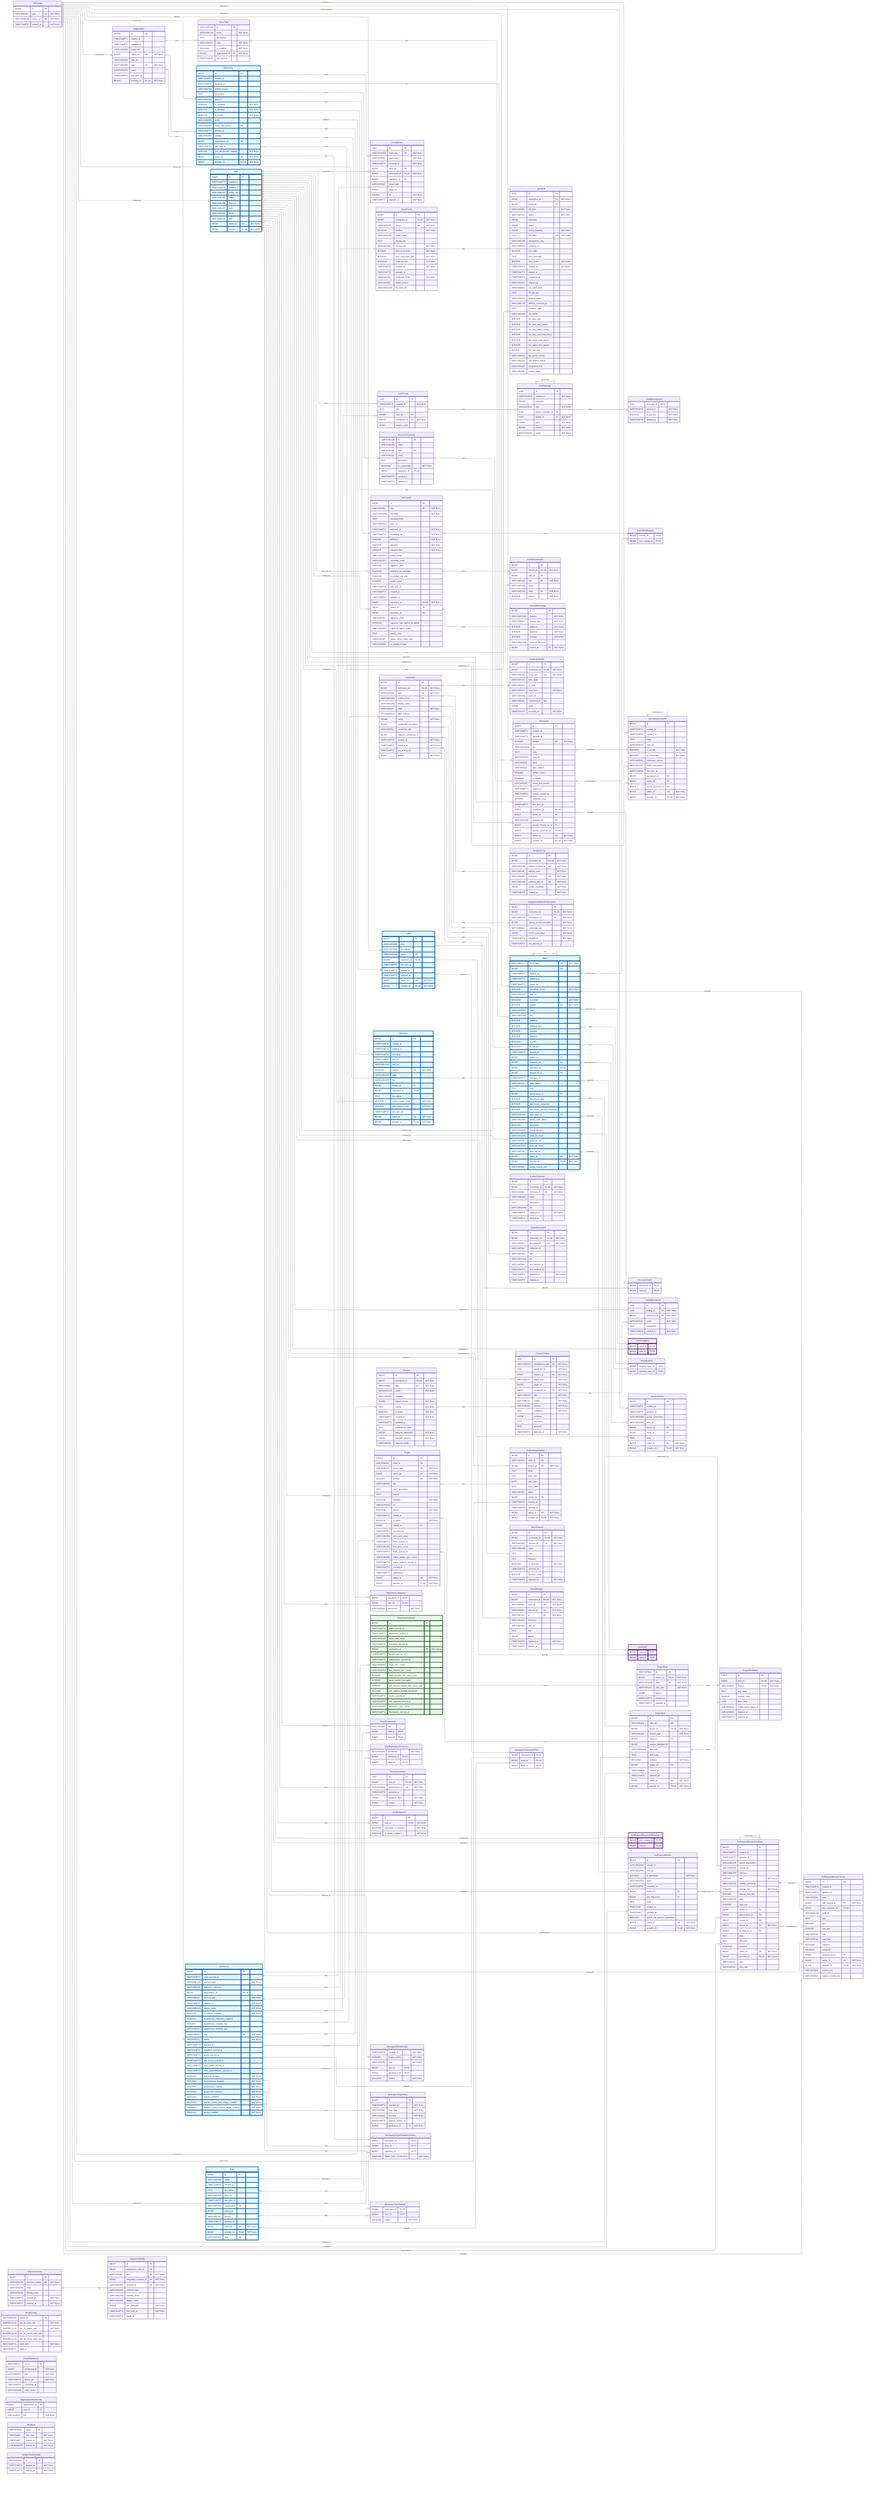
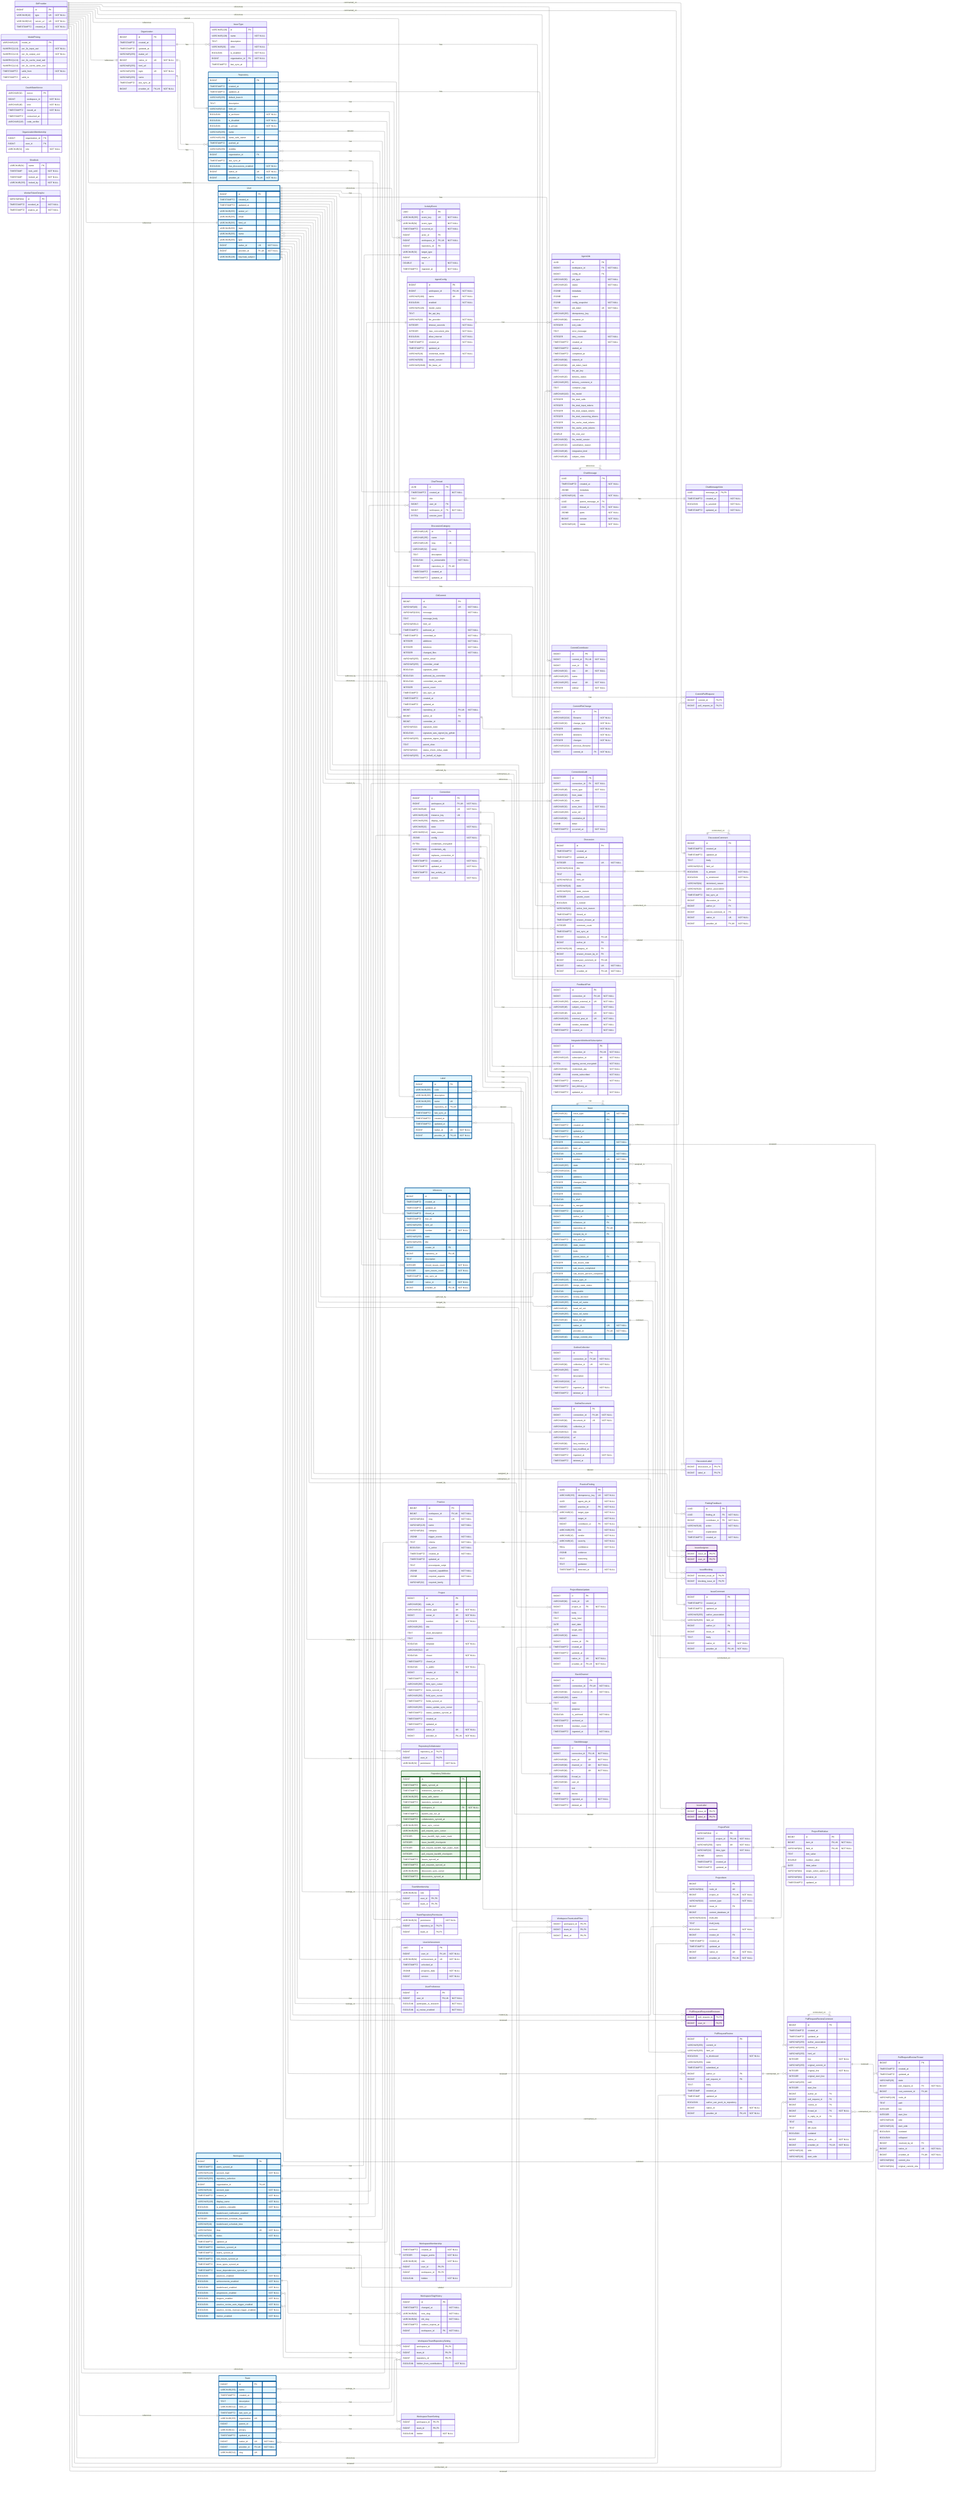
---
config:
    layout: elk
---
erDiagram
    %% Generated automatically from PostgreSQL database schema
    %% using scripts/generate-mermaid-erd.ts
    %% To regenerate: pnpm run db:generate-erd-docs

    direction LR

    ActivityEvent {
        UUID id PK
        VARCHAR(255) event_key UK "NOT NULL"
        VARCHAR(64) event_type "NOT NULL"
        TIMESTAMPTZ occurred_at "NOT NULL"
        BIGINT actor_id FK
        BIGINT workspace_id FK,UK "NOT NULL"
        BIGINT repository_id FK
        VARCHAR(32) target_type
        BIGINT target_id
        DOUBLE xp "NOT NULL"
        TIMESTAMPTZ ingested_at "NOT NULL"
    }

    AgentConfig {
        BIGINT id PK
        BIGINT workspace_id FK,UK "NOT NULL"
        VARCHAR(100) name UK "NOT NULL"
        BOOLEAN enabled "NOT NULL"
        VARCHAR(128) model_name
        TEXT llm_api_key
        VARCHAR(32) llm_provider "NOT NULL"
        INTEGER timeout_seconds "NOT NULL"
        INTEGER max_concurrent_jobs "NOT NULL"
        BOOLEAN allow_internet "NOT NULL"
        TIMESTAMPTZ created_at "NOT NULL"
        TIMESTAMPTZ updated_at
        VARCHAR(16) credential_mode "NOT NULL"
        VARCHAR(50) model_version
        VARCHAR(2048) llm_base_url
    }

    AgentJob {
        UUID id PK
        BIGINT workspace_id FK "NOT NULL"
        BIGINT config_id FK
        VARCHAR(50) job_type "NOT NULL"
        VARCHAR(20) status "NOT NULL"
        JSONB metadata
        JSONB output
        JSONB config_snapshot "NOT NULL"
        TEXT job_token UK "NOT NULL"
        VARCHAR(255) idempotency_key
        VARCHAR(64) container_id
        INTEGER exit_code
        TEXT error_message
        INTEGER retry_count "NOT NULL"
        TIMESTAMPTZ created_at "NOT NULL"
        TIMESTAMPTZ started_at
        TIMESTAMPTZ completed_at
        VARCHAR(64) network_id
        VARCHAR(64) job_token_hash
        TEXT llm_api_key
        VARCHAR(20) delivery_status
        VARCHAR(255) delivery_comment_id
        TEXT container_logs
        VARCHAR(100) llm_model
        INTEGER llm_total_calls
        INTEGER llm_total_input_tokens
        INTEGER llm_total_output_tokens
        INTEGER llm_total_reasoning_tokens
        INTEGER llm_cache_read_tokens
        INTEGER llm_cache_write_tokens
        DOUBLE llm_cost_usd
        VARCHAR(50) llm_model_version
        VARCHAR(32) cancellation_reason
        VARCHAR(48) integration_kind
        VARCHAR(48) subject_class
    }

    ChatMessage {
        UUID id PK
        TIMESTAMPTZ created_at "NOT NULL"
        JSONB metadata
        VARCHAR(16) role "NOT NULL"
        UUID parent_message_id FK
        UUID thread_id FK "NOT NULL"
        JSONB parts "NOT NULL"
        BIGINT version "NOT NULL"
        VARCHAR(16) status "NOT NULL"
    }

    ChatMessageVote {
        UUID message_id PK,FK
        TIMESTAMPTZ created_at "NOT NULL"
        BOOLEAN is_upvoted "NOT NULL"
        TIMESTAMPTZ updated_at "NOT NULL"
    }

    ChatThread {
        UUID id PK
        TIMESTAMPTZ created_at "NOT NULL"
        TEXT title
        BIGINT user_id FK
        BIGINT workspace_id FK "NOT NULL"
        BYTEA session_jsonl
    }

    CommitContributor {
        BIGINT id PK
        BIGINT commit_id FK,UK "NOT NULL"
        BIGINT user_id FK
        VARCHAR(32) role UK "NOT NULL"
        VARCHAR(255) name
        VARCHAR(255) email UK "NOT NULL"
        INTEGER ordinal "NOT NULL"
    }

    CommitFileChange {
        BIGINT id PK
        VARCHAR(1024) filename "NOT NULL"
        VARCHAR(32) change_type "NOT NULL"
        INTEGER additions "NOT NULL"
        INTEGER deletions "NOT NULL"
        INTEGER changes "NOT NULL"
        VARCHAR(1024) previous_filename
        BIGINT commit_id FK "NOT NULL"
    }

    CommitPullRequest {
        BIGINT commit_id PK,FK
        BIGINT pull_request_id PK,FK
    }

    Connection {
        BIGINT id PK
        BIGINT workspace_id FK,UK "NOT NULL"
        VARCHAR(48) kind UK "NOT NULL"
        VARCHAR(128) instance_key UK
        VARCHAR(256) display_name
        VARCHAR(32) state "NOT NULL"
        VARCHAR(512) state_reason
        JSONB config "NOT NULL"
        BYTEA credentials_encrypted
        VARCHAR(64) credentials_alg
        BIGINT replaces_connection_id
        TIMESTAMPTZ created_at "NOT NULL"
        TIMESTAMPTZ updated_at "NOT NULL"
        TIMESTAMPTZ last_activity_at
        BIGINT version "NOT NULL"
    }

    ConnectionAudit {
        BIGINT id PK
-         BIGINT connection_id FK,UK "NOT NULL"
-         VARCHAR(48) event_type UK "NOT NULL"
+         BIGINT connection_id FK "NOT NULL"
+         VARCHAR(48) event_type "NOT NULL"
        VARCHAR(32) from_state
        VARCHAR(32) to_state
        VARCHAR(32) actor_kind "NOT NULL"
        VARCHAR(256) actor_ref
-         VARCHAR(64) correlation_id UK
+         VARCHAR(64) correlation_id
        JSONB detail
        TIMESTAMPTZ occurred_at "NOT NULL"
    }

    Discussion {
        BIGINT id PK
        TIMESTAMPTZ created_at
        TIMESTAMPTZ updated_at
        INTEGER number UK "NOT NULL"
        VARCHAR(1024) title
        TEXT body
        VARCHAR(512) html_url
        VARCHAR(16) state
        VARCHAR(32) state_reason
        INTEGER upvote_count
        BOOLEAN is_locked
        VARCHAR(32) active_lock_reason
        TIMESTAMPTZ closed_at
        TIMESTAMPTZ answer_chosen_at
        INTEGER comment_count
        TIMESTAMPTZ last_sync_at
        BIGINT repository_id FK,UK
        BIGINT author_id FK
        VARCHAR(128) category_id FK
        BIGINT answer_chosen_by_id FK
        BIGINT answer_comment_id FK,UK
        BIGINT native_id UK "NOT NULL"
        BIGINT provider_id FK,UK "NOT NULL"
    }

    DiscussionCategory {
        VARCHAR(128) id PK
        VARCHAR(255) name
        VARCHAR(128) slug UK
        VARCHAR(32) emoji
        TEXT description
        BOOLEAN is_answerable "NOT NULL"
        BIGINT repository_id FK,UK
        TIMESTAMPTZ created_at
        TIMESTAMPTZ updated_at
    }

    DiscussionComment {
        BIGINT id PK
        TIMESTAMPTZ created_at
        TIMESTAMPTZ updated_at
        TEXT body
        VARCHAR(512) html_url
        BOOLEAN is_answer "NOT NULL"
        BOOLEAN is_minimized "NOT NULL"
        VARCHAR(64) minimized_reason
        VARCHAR(32) author_association
        TIMESTAMPTZ last_sync_at
        BIGINT discussion_id FK
        BIGINT author_id FK
        BIGINT parent_comment_id FK
        BIGINT native_id UK "NOT NULL"
        BIGINT provider_id FK,UK "NOT NULL"
    }

    DiscussionLabel {
        BIGINT discussion_id PK,FK
        BIGINT label_id PK,FK
    }

    FeedbackPost {
        BIGINT id PK
        BIGINT connection_id FK,UK "NOT NULL"
        VARCHAR(256) subject_external_id UK "NOT NULL"
        VARCHAR(48) subject_class "NOT NULL"
        VARCHAR(48) post_kind UK "NOT NULL"
        VARCHAR(256) external_post_id UK "NOT NULL"
        JSONB vendor_metadata "NOT NULL"
        TIMESTAMPTZ created_at "NOT NULL"
    }

    FindingFeedback {
        UUID id PK
        UUID finding_id FK "NOT NULL"
        BIGINT contributor_id FK "NOT NULL"
        VARCHAR(16) action "NOT NULL"
        TEXT explanation
        TIMESTAMPTZ created_at "NOT NULL"
    }

    GitCommit {
        BIGINT id PK
        VARCHAR(40) sha UK "NOT NULL"
        VARCHAR(1024) message "NOT NULL"
        TEXT message_body
        VARCHAR(512) html_url
        TIMESTAMPTZ authored_at "NOT NULL"
        TIMESTAMPTZ committed_at "NOT NULL"
        INTEGER additions "NOT NULL"
        INTEGER deletions "NOT NULL"
        INTEGER changed_files "NOT NULL"
        VARCHAR(255) author_email
        VARCHAR(255) committer_email
        BOOLEAN signature_valid
        BOOLEAN authored_by_committer
        BOOLEAN committed_via_web
        INTEGER parent_count
        TIMESTAMPTZ last_sync_at
        TIMESTAMPTZ created_at
        TIMESTAMPTZ updated_at
        BIGINT repository_id FK,UK "NOT NULL"
        BIGINT author_id FK
        BIGINT committer_id FK
        VARCHAR(32) signature_state
        BOOLEAN signature_was_signed_by_github
        VARCHAR(255) signature_signer_login
        TEXT parent_shas
        VARCHAR(32) status_check_rollup_state
        VARCHAR(255) on_behalf_of_login
    }

    GitProvider {
        BIGINT id PK
        VARCHAR(10) type UK "NOT NULL"
        VARCHAR(512) server_url UK "NOT NULL"
        TIMESTAMPTZ created_at "NOT NULL"
    }

-     HephaestusUser {
-         BIGINT id PK
-         VARCHAR(128) keycloak_subject UK "NOT NULL"
-         VARCHAR(320) email
-         VARCHAR(256) display_name
-         TIMESTAMPTZ created_at "NOT NULL"
-         TIMESTAMPTZ updated_at "NOT NULL"
-     }
- 
-     IntegrationIdentity {
-         BIGINT id PK
-         BIGINT hephaestus_user_id FK
-         VARCHAR(48) kind UK "NOT NULL"
-         BIGINT integration_instance_id UK "NOT NULL"
-         VARCHAR(256) external_id UK "NOT NULL"
-         VARCHAR(256) external_login
-         VARCHAR(320) external_email
-         VARCHAR(256) display_name
-         JSONB raw_attributes "NOT NULL"
-         TIMESTAMPTZ first_seen_at "NOT NULL"
-         TIMESTAMPTZ linked_at
-     }
- 
    IntegrationWebhookSubscription {
        BIGINT id PK
        BIGINT connection_id FK,UK "NOT NULL"
        VARCHAR(128) subscription_id UK "NOT NULL"
        BYTEA signing_secret_encrypted "NOT NULL"
        VARCHAR(64) credentials_alg "NOT NULL"
        JSONB events_subscribed "NOT NULL"
        TIMESTAMPTZ created_at "NOT NULL"
        TIMESTAMPTZ last_delivery_at
+         TIMESTAMPTZ updated_at "NOT NULL"
    }

    Issue {
        VARCHAR(31) issue_type UK "NOT NULL"
        BIGINT id PK
        TIMESTAMPTZ created_at
        TIMESTAMPTZ updated_at
        TIMESTAMPTZ closed_at
        INTEGER comments_count "NOT NULL"
        VARCHAR(255) html_url
        BOOLEAN is_locked "NOT NULL"
        INTEGER number UK "NOT NULL"
        VARCHAR(255) state
        VARCHAR(1024) title
        INTEGER additions
        INTEGER changed_files
        INTEGER commits
        INTEGER deletions
        BOOLEAN is_draft
        BOOLEAN is_merged
        TIMESTAMPTZ merged_at
        BIGINT author_id FK
        BIGINT milestone_id FK
        BIGINT repository_id FK,UK
        BIGINT merged_by_id FK
        TIMESTAMPTZ last_sync_at
        VARCHAR(32) state_reason
        TEXT body
        BIGINT parent_issue_id FK
        INTEGER sub_issues_total
        INTEGER sub_issues_completed
        INTEGER sub_issues_percent_completed
        VARCHAR(128) issue_type_id FK
        VARCHAR(255) merge_state_status
        BOOLEAN mergeable
        VARCHAR(255) review_decision
        VARCHAR(255) head_ref_name
        VARCHAR(40) head_ref_oid
        VARCHAR(255) base_ref_name
        VARCHAR(40) base_ref_oid
        BIGINT native_id UK "NOT NULL"
        BIGINT provider_id FK,UK "NOT NULL"
        VARCHAR(40) merge_commit_sha
    }

    IssueAssignee {
        BIGINT issue_id PK,FK
        BIGINT user_id PK,FK
    }

    IssueBlocking {
        BIGINT blocked_issue_id PK,FK
        BIGINT blocking_issue_id PK,FK
    }

    IssueComment {
        BIGINT id PK
        TIMESTAMPTZ created_at
        TIMESTAMPTZ updated_at
        VARCHAR(255) author_association
        VARCHAR(255) html_url
        BIGINT author_id FK
        BIGINT issue_id FK
        TEXT body
        BIGINT native_id UK "NOT NULL"
        BIGINT provider_id FK,UK "NOT NULL"
    }

    IssueLabel {
        BIGINT issue_id PK,FK
        BIGINT label_id PK,FK
    }

    IssueType {
        VARCHAR(128) id PK
        VARCHAR(128) name "NOT NULL"
        TEXT description
        VARCHAR(20) color "NOT NULL"
        BOOLEAN is_enabled "NOT NULL"
        BIGINT organization_id FK "NOT NULL"
        TIMESTAMPTZ last_sync_at
    }

    Label {
        BIGINT id PK
        VARCHAR(255) color
        VARCHAR(255) description
        VARCHAR(255) name UK
        BIGINT repository_id FK,UK
        TIMESTAMPTZ last_sync_at
        TIMESTAMPTZ created_at
        TIMESTAMPTZ updated_at
        BIGINT native_id UK "NOT NULL"
        BIGINT provider_id FK,UK "NOT NULL"
    }

    Milestone {
        BIGINT id PK
        TIMESTAMPTZ created_at
        TIMESTAMPTZ updated_at
        TIMESTAMPTZ closed_at
        TIMESTAMPTZ due_on
        VARCHAR(255) html_url
        INTEGER number UK "NOT NULL"
        VARCHAR(255) state
        VARCHAR(255) title
        BIGINT creator_id FK
        BIGINT repository_id FK,UK
        TEXT description
        INTEGER closed_issues_count "NOT NULL"
        INTEGER open_issues_count "NOT NULL"
        TIMESTAMPTZ last_sync_at
        BIGINT native_id UK "NOT NULL"
        BIGINT provider_id FK,UK "NOT NULL"
    }

    ModelPricing {
        VARCHAR(128) model_id PK
        NUMERIC(12,6) per_1k_input_usd "NOT NULL"
        NUMERIC(12,6) per_1k_output_usd "NOT NULL"
        NUMERIC(12,6) per_1k_cache_read_usd
        NUMERIC(12,6) per_1k_cache_write_usd
        TIMESTAMPTZ valid_from "NOT NULL"
        TIMESTAMPTZ valid_to
    }

    OauthStateNonce {
        VARCHAR(32) nonce PK
        BIGINT workspace_id "NOT NULL"
        VARCHAR(48) kind "NOT NULL"
        TIMESTAMPTZ issued_at "NOT NULL"
        TIMESTAMPTZ consumed_at
        VARCHAR(128) code_verifier
    }

    Organization {
        BIGINT id PK
        TIMESTAMPTZ created_at
        TIMESTAMPTZ updated_at
        VARCHAR(255) avatar_url
        BIGINT native_id UK "NOT NULL"
        VARCHAR(255) html_url
        VARCHAR(255) login UK "NOT NULL"
        VARCHAR(255) name
        TIMESTAMPTZ last_sync_at
        BIGINT provider_id FK,UK "NOT NULL"
    }

    OrganizationMembership {
        BIGINT organization_id PK
        BIGINT user_id PK
        VARCHAR(32) role "NOT NULL"
    }

    OutlineCollection {
        BIGINT id PK
        BIGINT connection_id FK,UK "NOT NULL"
        VARCHAR(64) collection_id UK "NOT NULL"
        VARCHAR(256) name
        TEXT description
        VARCHAR(1024) url
        TIMESTAMPTZ ingested_at "NOT NULL"
        TIMESTAMPTZ deleted_at
    }

    OutlineDocument {
        BIGINT id PK
        BIGINT connection_id FK,UK "NOT NULL"
        VARCHAR(64) document_id UK "NOT NULL"
        VARCHAR(64) collection_id
        VARCHAR(512) title
        VARCHAR(1024) url
        VARCHAR(64) last_revision_id
        TIMESTAMPTZ last_modified_at
        TIMESTAMPTZ ingested_at "NOT NULL"
        TIMESTAMPTZ deleted_at
    }

    Practice {
        BIGINT id PK
        BIGINT workspace_id FK,UK "NOT NULL"
        VARCHAR(64) slug UK "NOT NULL"
        VARCHAR(128) name "NOT NULL"
        VARCHAR(64) category
        JSONB trigger_events "NOT NULL"
        TEXT criteria "NOT NULL"
        BOOLEAN is_active "NOT NULL"
        TIMESTAMPTZ created_at "NOT NULL"
        TIMESTAMPTZ updated_at
        TEXT precompute_script
        JSONB required_capabilities "NOT NULL"
        JSONB required_aspects "NOT NULL"
        VARCHAR(32) required_family
    }

    PracticeFinding {
        UUID id PK
        VARCHAR(255) idempotency_key UK "NOT NULL"
        UUID agent_job_id "NOT NULL"
        BIGINT practice_id FK "NOT NULL"
        VARCHAR(32) target_type "NOT NULL"
        BIGINT target_id "NOT NULL"
        BIGINT contributor_id FK "NOT NULL"
        VARCHAR(255) title "NOT NULL"
        VARCHAR(16) verdict "NOT NULL"
        VARCHAR(16) severity "NOT NULL"
        REAL confidence "NOT NULL"
        JSONB evidence
        TEXT reasoning
        TEXT guidance
        TIMESTAMPTZ detected_at "NOT NULL"
    }

    Project {
        BIGINT id PK
        VARCHAR(64) node_id UK
        VARCHAR(32) owner_type UK "NOT NULL"
        BIGINT owner_id UK "NOT NULL"
        INTEGER number UK "NOT NULL"
        VARCHAR(256) title
        TEXT short_description
        TEXT readme
        BOOLEAN template "NOT NULL"
        VARCHAR(512) url
        BOOLEAN closed "NOT NULL"
        TIMESTAMPTZ closed_at
        BOOLEAN is_public "NOT NULL"
        BIGINT creator_id FK
        TIMESTAMPTZ last_sync_at
        VARCHAR(256) item_sync_cursor
        TIMESTAMPTZ items_synced_at
        VARCHAR(256) field_sync_cursor
        TIMESTAMPTZ fields_synced_at
        VARCHAR(256) status_update_sync_cursor
        TIMESTAMPTZ status_updates_synced_at
        TIMESTAMPTZ created_at
        TIMESTAMPTZ updated_at
        BIGINT native_id UK "NOT NULL"
        BIGINT provider_id FK,UK "NOT NULL"
    }

    ProjectField {
        VARCHAR(64) id PK
        BIGINT project_id FK,UK "NOT NULL"
        VARCHAR(256) name UK "NOT NULL"
        VARCHAR(32) data_type "NOT NULL"
        JSONB options
        TIMESTAMPTZ created_at
        TIMESTAMPTZ updated_at
    }

    ProjectFieldValue {
        BIGINT id PK
        BIGINT item_id FK,UK "NOT NULL"
        VARCHAR(64) field_id FK,UK "NOT NULL"
        TEXT text_value
        DOUBLE number_value
        DATE date_value
        VARCHAR(64) single_select_option_id
        VARCHAR(64) iteration_id
        TIMESTAMPTZ updated_at
    }

    ProjectItem {
        BIGINT id PK
        VARCHAR(64) node_id UK
        BIGINT project_id FK,UK "NOT NULL"
        VARCHAR(32) content_type "NOT NULL"
        BIGINT issue_id FK
        BIGINT content_database_id
        VARCHAR(1024) draft_title
        TEXT draft_body
        BOOLEAN archived "NOT NULL"
        BIGINT creator_id FK
        TIMESTAMPTZ created_at
        TIMESTAMPTZ updated_at
        BIGINT native_id UK "NOT NULL"
        BIGINT provider_id FK,UK "NOT NULL"
    }

    ProjectStatusUpdate {
        BIGINT id PK
        VARCHAR(64) node_id UK
        BIGINT project_id FK "NOT NULL"
        TEXT body
        TEXT body_html
        DATE start_date
        DATE target_date
        VARCHAR(32) status
        BIGINT creator_id FK
        TIMESTAMPTZ created_at
        TIMESTAMPTZ updated_at
        BIGINT native_id UK "NOT NULL"
        BIGINT provider_id FK,UK "NOT NULL"
    }

    PullRequestRequestedReviewer {
        BIGINT pull_request_id PK,FK
        BIGINT user_id PK,FK
    }

    PullRequestReview {
        BIGINT id PK
        VARCHAR(255) commit_id
        VARCHAR(255) html_url
        BOOLEAN is_dismissed "NOT NULL"
        VARCHAR(255) state
        TIMESTAMPTZ submitted_at
        BIGINT author_id FK
        BIGINT pull_request_id FK
        TEXT body
        TIMESTAMP created_at
        TIMESTAMP updated_at
        BOOLEAN author_can_push_to_repository
        BIGINT native_id UK "NOT NULL"
        BIGINT provider_id FK,UK "NOT NULL"
    }

    PullRequestReviewComment {
        BIGINT id PK
        TIMESTAMPTZ created_at
        TIMESTAMPTZ updated_at
        VARCHAR(255) author_association
        VARCHAR(255) commit_id
        VARCHAR(255) html_url
        INTEGER line "NOT NULL"
        VARCHAR(255) original_commit_id
        INTEGER original_line "NOT NULL"
        INTEGER original_start_line
        VARCHAR(255) path
        INTEGER start_line
        BIGINT author_id FK
        BIGINT pull_request_id FK
        BIGINT review_id FK
        BIGINT thread_id FK "NOT NULL"
        BIGINT in_reply_to_id FK
        TEXT body
        TEXT diff_hunk
        BOOLEAN outdated
        BIGINT native_id UK "NOT NULL"
        BIGINT provider_id FK,UK "NOT NULL"
        VARCHAR(16) side
        VARCHAR(16) start_side
    }

    PullRequestReviewThread {
        BIGINT id PK
        TIMESTAMPTZ created_at
        TIMESTAMPTZ updated_at
        VARCHAR(20) state
        BIGINT pull_request_id FK "NOT NULL"
        BIGINT root_comment_id FK,UK
        VARCHAR(128) node_id
        TEXT path
        INTEGER line
        INTEGER start_line
        VARCHAR(16) side
        VARCHAR(16) start_side
        BOOLEAN outdated
        BOOLEAN collapsed
        BIGINT resolved_by_id FK
        BIGINT native_id UK "NOT NULL"
        BIGINT provider_id FK,UK "NOT NULL"
        VARCHAR(64) commit_sha
        VARCHAR(64) original_commit_sha
    }

    Repository {
        BIGINT id PK
        TIMESTAMPTZ created_at
        TIMESTAMPTZ updated_at
        VARCHAR(255) default_branch
        TEXT description
        VARCHAR(512) html_url
        BOOLEAN is_archived "NOT NULL"
        BOOLEAN is_disabled "NOT NULL"
        BOOLEAN is_private "NOT NULL"
        VARCHAR(255) name
        VARCHAR(150) name_with_owner UK
        TIMESTAMPTZ pushed_at
        VARCHAR(255) visibility
        BIGINT organization_id FK
        TIMESTAMPTZ last_sync_at
        BOOLEAN has_discussions_enabled "NOT NULL"
        BIGINT native_id UK "NOT NULL"
        BIGINT provider_id FK,UK "NOT NULL"
    }

    RepositoryCollaborator {
        BIGINT repository_id PK,FK
        BIGINT user_id PK,FK
        VARCHAR(32) permission "NOT NULL"
    }

    RepositoryToMonitor {
        BIGINT id PK
        TIMESTAMPTZ labels_synced_at
        TIMESTAMPTZ milestones_synced_at
        VARCHAR(255) name_with_owner
        TIMESTAMPTZ repository_synced_at
        BIGINT workspace_id FK "NOT NULL"
        TIMESTAMPTZ backfill_last_run_at
        TIMESTAMPTZ collaborators_synced_at
        VARCHAR(255) issue_sync_cursor
        VARCHAR(255) pull_request_sync_cursor
        INTEGER issue_backfill_high_water_mark
        INTEGER issue_backfill_checkpoint
        INTEGER pull_request_backfill_high_water_mark
        INTEGER pull_request_backfill_checkpoint
        TIMESTAMPTZ issues_synced_at
        TIMESTAMPTZ pull_requests_synced_at
        VARCHAR(255) discussion_sync_cursor
        TIMESTAMPTZ discussions_synced_at
    }

    Shedlock {
        VARCHAR(64) name PK
        TIMESTAMP lock_until "NOT NULL"
        TIMESTAMP locked_at "NOT NULL"
        VARCHAR(255) locked_by "NOT NULL"
    }

    SlackChannel {
        BIGINT id PK
        BIGINT connection_id FK,UK "NOT NULL"
        VARCHAR(64) channel_id UK "NOT NULL"
        VARCHAR(256) name
        TEXT topic
        TEXT purpose
        BOOLEAN is_archived "NOT NULL"
        TIMESTAMPTZ archived_at
        INTEGER member_count
        TIMESTAMPTZ ingested_at "NOT NULL"
    }

    SlackMessage {
        BIGINT id PK
        BIGINT connection_id FK,UK "NOT NULL"
        VARCHAR(64) team_id UK "NOT NULL"
        VARCHAR(64) channel_id UK "NOT NULL"
        VARCHAR(64) ts UK "NOT NULL"
        VARCHAR(64) thread_ts
        VARCHAR(64) user_id
        TEXT text
        JSONB blocks
        TIMESTAMPTZ ingested_at "NOT NULL"
        TIMESTAMPTZ deleted_at
    }

    Team {
        BIGINT id PK
        VARCHAR(255) name
        TIMESTAMPTZ created_at
        TEXT description
        VARCHAR(512) html_url
        TIMESTAMPTZ last_sync_at
        VARCHAR(255) organization UK
        BIGINT parent_id
        VARCHAR(32) privacy
        TIMESTAMPTZ updated_at
        BIGINT native_id UK "NOT NULL"
        BIGINT provider_id FK,UK "NOT NULL"
        VARCHAR(512) slug UK
    }

    TeamMembership {
        VARCHAR(32) role
        BIGINT user_id PK,FK
        BIGINT team_id PK,FK
    }

    TeamRepositoryPermission {
        VARCHAR(32) permission "NOT NULL"
        BIGINT repository_id PK,FK
        BIGINT team_id PK,FK
    }

    User {
        BIGINT id PK
        TIMESTAMPTZ created_at
        TIMESTAMPTZ updated_at
        VARCHAR(255) avatar_url
        VARCHAR(255) email
        VARCHAR(255) html_url
        VARCHAR(255) login
        VARCHAR(255) name
        VARCHAR(255) type
        BIGINT native_id UK "NOT NULL"
        BIGINT provider_id FK,UK "NOT NULL"
+         VARCHAR(128) keycloak_subject
    }

    UserAchievement {
        UUID id PK
        BIGINT user_id FK,UK "NOT NULL"
        VARCHAR(64) achievement_id UK "NOT NULL"
        TIMESTAMPTZ unlocked_at
        JSONB progress_data "NOT NULL"
        BIGINT version "NOT NULL"
    }

    UserPreference {
        BIGINT id PK
        BIGINT user_id FK,UK "NOT NULL"
        BOOLEAN participate_in_research "NOT NULL"
        BOOLEAN ai_review_enabled "NOT NULL"
    }

    WorkerTokenDenylist {
        VARCHAR(64) jti PK
        TIMESTAMPTZ revoked_at "NOT NULL"
        TIMESTAMPTZ expires_at "NOT NULL"
    }

    Workspace {
        BIGINT id PK
        TIMESTAMPTZ users_synced_at
        VARCHAR(120) account_login "NOT NULL"
        VARCHAR(255) repository_selection
        BIGINT organization_id FK,UK
        VARCHAR(10) account_type "NOT NULL"
        TIMESTAMPTZ created_at "NOT NULL"
        VARCHAR(120) display_name "NOT NULL"
        BOOLEAN is_publicly_viewable "NOT NULL"
        BOOLEAN leaderboard_notification_enabled
        INTEGER leaderboard_schedule_day
        VARCHAR(10) leaderboard_schedule_time
        VARCHAR(64) slug UK "NOT NULL"
        VARCHAR(20) status "NOT NULL"
        TIMESTAMPTZ updated_at
        TIMESTAMPTZ members_synced_at
        TIMESTAMPTZ teams_synced_at
        TIMESTAMPTZ sub_issues_synced_at
        TIMESTAMPTZ issue_types_synced_at
        TIMESTAMPTZ issue_dependencies_synced_at
        BOOLEAN practices_enabled "NOT NULL"
        BOOLEAN achievements_enabled "NOT NULL"
        BOOLEAN leaderboard_enabled "NOT NULL"
        BOOLEAN progression_enabled "NOT NULL"
        BOOLEAN leagues_enabled "NOT NULL"
        BOOLEAN practice_review_auto_trigger_enabled "NOT NULL"
        BOOLEAN practice_review_manual_trigger_enabled "NOT NULL"
        BOOLEAN mentor_enabled "NOT NULL"
    }

    WorkspaceMembership {
        TIMESTAMPTZ created_at "NOT NULL"
        INTEGER league_points "NOT NULL"
        VARCHAR(16) role "NOT NULL"
        BIGINT user_id PK,FK
        BIGINT workspace_id PK,FK
        BOOLEAN hidden "NOT NULL"
    }

    WorkspaceSlugHistory {
        BIGINT id PK
        TIMESTAMPTZ changed_at "NOT NULL"
        VARCHAR(64) new_slug "NOT NULL"
        VARCHAR(64) old_slug "NOT NULL"
        TIMESTAMPTZ redirect_expires_at
        BIGINT workspace_id FK "NOT NULL"
    }

    WorkspaceTeamLabelFilter {
        BIGINT workspace_id PK,FK
        BIGINT team_id PK,FK
        BIGINT label_id PK,FK
    }

    WorkspaceTeamRepositorySetting {
        BIGINT workspace_id PK,FK
        BIGINT team_id PK,FK
        BIGINT repository_id PK,FK
        BOOLEAN hidden_from_contributions "NOT NULL"
    }

    WorkspaceTeamSetting {
        BIGINT workspace_id PK,FK
        BIGINT team_id PK,FK
        BOOLEAN hidden "NOT NULL"
    }

    %% Relationships
    %% One-to-One relationships
    Workspace ||--|| ActivityEvent : has
    Workspace ||--|| AgentConfig : has
    ChatMessage ||--|| ChatMessageVote : has
    GitCommit ||--|| CommitContributor : has
    Workspace ||--|| Connection : has
-     Connection ||--|| ConnectionAudit : has
    DiscussionComment ||--|| Discussion : references
    GitProvider ||--|| Discussion : references
    Repository ||--|| Discussion : has
    Repository ||--|| DiscussionCategory : has
    GitProvider ||--|| DiscussionComment : commented_on
    Connection ||--|| FeedbackPost : has
    Repository ||--|| GitCommit : has
    Connection ||--|| IntegrationWebhookSubscription : has
    GitProvider ||--|| Issue : references
    Repository ||--|| Issue : has
    GitProvider ||--|| IssueComment : commented_on
    GitProvider ||--|| Label : labeled
    Repository ||--|| Label : labeled
    GitProvider ||--|| Milestone : references
    Repository ||--|| Milestone : has
    GitProvider ||--|| Organization : references
    Connection ||--|| OutlineCollection : has
    Connection ||--|| OutlineDocument : has
    Workspace ||--|| Practice : has
    GitProvider ||--|| Project : references
    Project ||--|| ProjectField : has
    ProjectField ||--|| ProjectFieldValue : has
    ProjectItem ||--|| ProjectFieldValue : has
    Project ||--|| ProjectItem : has
    GitProvider ||--|| ProjectItem : references
    GitProvider ||--|| ProjectStatusUpdate : references
    GitProvider ||--|| PullRequestReview : reviewed
    GitProvider ||--|| PullRequestReviewComment : commented_on
    GitProvider ||--|| PullRequestReviewThread : reviewed
    PullRequestReviewComment ||--|| PullRequestReviewThread : reviewed
    GitProvider ||--|| Repository : references
    Connection ||--|| SlackChannel : has
    Connection ||--|| SlackMessage : has
    GitProvider ||--|| Team : references
    GitProvider ||--|| User : references
    User ||--|| UserAchievement : has
    User ||--|| UserPreference : has
    Organization ||--|| Workspace : has
    User ||--|| WorkspaceMembership : belongs_to
    Workspace ||--|| WorkspaceMembership : belongs_to

    %% One-to-Many relationships
    User ||--o{ ActivityEvent : references
    Repository ||--o{ ActivityEvent : has
    AgentConfig ||--o{ AgentJob : has
    Workspace ||--o{ AgentJob : has
    ChatMessage ||--o{ ChatMessage : references
    ChatThread ||--o{ ChatMessage : has
    User ||--o{ ChatThread : has
    Workspace ||--o{ ChatThread : has
    User ||--o{ CommitContributor : has
    GitCommit ||--o{ CommitFileChange : has
+     Connection ||--o{ ConnectionAudit : has
    User ||--o{ Discussion : references
    User ||--o{ Discussion : authored_by
    DiscussionCategory ||--o{ Discussion : has
    User ||--o{ DiscussionComment : commented_on
    Discussion ||--o{ DiscussionComment : commented_on
    DiscussionComment ||--o{ DiscussionComment : commented_on
    User ||--o{ FindingFeedback : references
    PracticeFinding ||--o{ FindingFeedback : has
    User ||--o{ GitCommit : authored_by
    User ||--o{ GitCommit : references
-     HephaestusUser ||--o{ IntegrationIdentity : has
    User ||--o{ Issue : authored_by
    IssueType ||--o{ Issue : has
    User ||--o{ Issue : merged_by
    Milestone ||--o{ Issue : has
    Issue ||--o{ Issue : has
    User ||--o{ IssueComment : commented_on
    Issue ||--o{ IssueComment : commented_on
    Organization ||--o{ IssueType : has
    User ||--o{ Milestone : created_by
    User ||--o{ PracticeFinding : references
    Practice ||--o{ PracticeFinding : has
    User ||--o{ Project : created_by
    User ||--o{ ProjectItem : created_by
    Issue ||--o{ ProjectItem : has
    User ||--o{ ProjectStatusUpdate : created_by
    Project ||--o{ ProjectStatusUpdate : has
    User ||--o{ PullRequestReview : reviewed
    Issue ||--o{ PullRequestReview : reviewed
    User ||--o{ PullRequestReviewComment : commented_on
    PullRequestReviewComment ||--o{ PullRequestReviewComment : commented_on
    Issue ||--o{ PullRequestReviewComment : commented_on
    PullRequestReview ||--o{ PullRequestReviewComment : commented_on
    PullRequestReviewThread ||--o{ PullRequestReviewComment : commented_on
    Issue ||--o{ PullRequestReviewThread : reviewed
    User ||--o{ PullRequestReviewThread : reviewed
    Organization ||--o{ Repository : has
    Workspace ||--o{ RepositoryToMonitor : monitors
    Workspace ||--o{ WorkspaceSlugHistory : has

    %% Many-to-Many relationships
    GitCommit }o--o{ CommitPullRequest : has
    Issue }o--o{ CommitPullRequest : references
    Discussion }o--o{ DiscussionLabel : labeled
    Label }o--o{ DiscussionLabel : labeled
    Issue }o--o{ IssueAssignee : assigned_to
    User }o--o{ IssueAssignee : assigned_to
    Issue }o--o{ IssueBlocking : has
    Issue }o--o{ IssueBlocking : has
    Issue }o--o{ IssueLabel : labeled
    Label }o--o{ IssueLabel : labeled
    Issue }o--o{ PullRequestRequestedReviewer : reviewed
    User }o--o{ PullRequestRequestedReviewer : reviewed
    Repository }o--o{ RepositoryCollaborator : has
    User }o--o{ RepositoryCollaborator : has
    Team }o--o{ TeamMembership : belongs_to
    User }o--o{ TeamMembership : belongs_to
    Repository }o--o{ TeamRepositoryPermission : has
    Team }o--o{ TeamRepositoryPermission : has
    Label }o--o{ WorkspaceTeamLabelFilter : labeled
    Team }o--o{ WorkspaceTeamLabelFilter : labeled
    Workspace }o--o{ WorkspaceTeamLabelFilter : labeled
    Repository }o--o{ WorkspaceTeamRepositorySetting : has
    Team }o--o{ WorkspaceTeamRepositorySetting : has
    Workspace }o--o{ WorkspaceTeamRepositorySetting : has
    Team }o--o{ WorkspaceTeamSetting : has
    Workspace }o--o{ WorkspaceTeamSetting : has

    %% Styling
    classDef primaryEntity fill:#e1f5fe,stroke:#01579b,stroke-width:2px
    classDef associationEntity fill:#f3e5f5,stroke:#4a148c,stroke-width:2px
    classDef metadataEntity fill:#e8f5e8,stroke:#1b5e20,stroke-width:2px

    class Issue primaryEntity
    class IssueAssignee associationEntity
    class IssueLabel associationEntity
    class Label primaryEntity
    class Milestone primaryEntity
    class PullRequestRequestedReviewer associationEntity
    class Repository primaryEntity
    class RepositoryToMonitor metadataEntity
    class Team primaryEntity
    class User primaryEntity
    class Workspace primaryEntity
